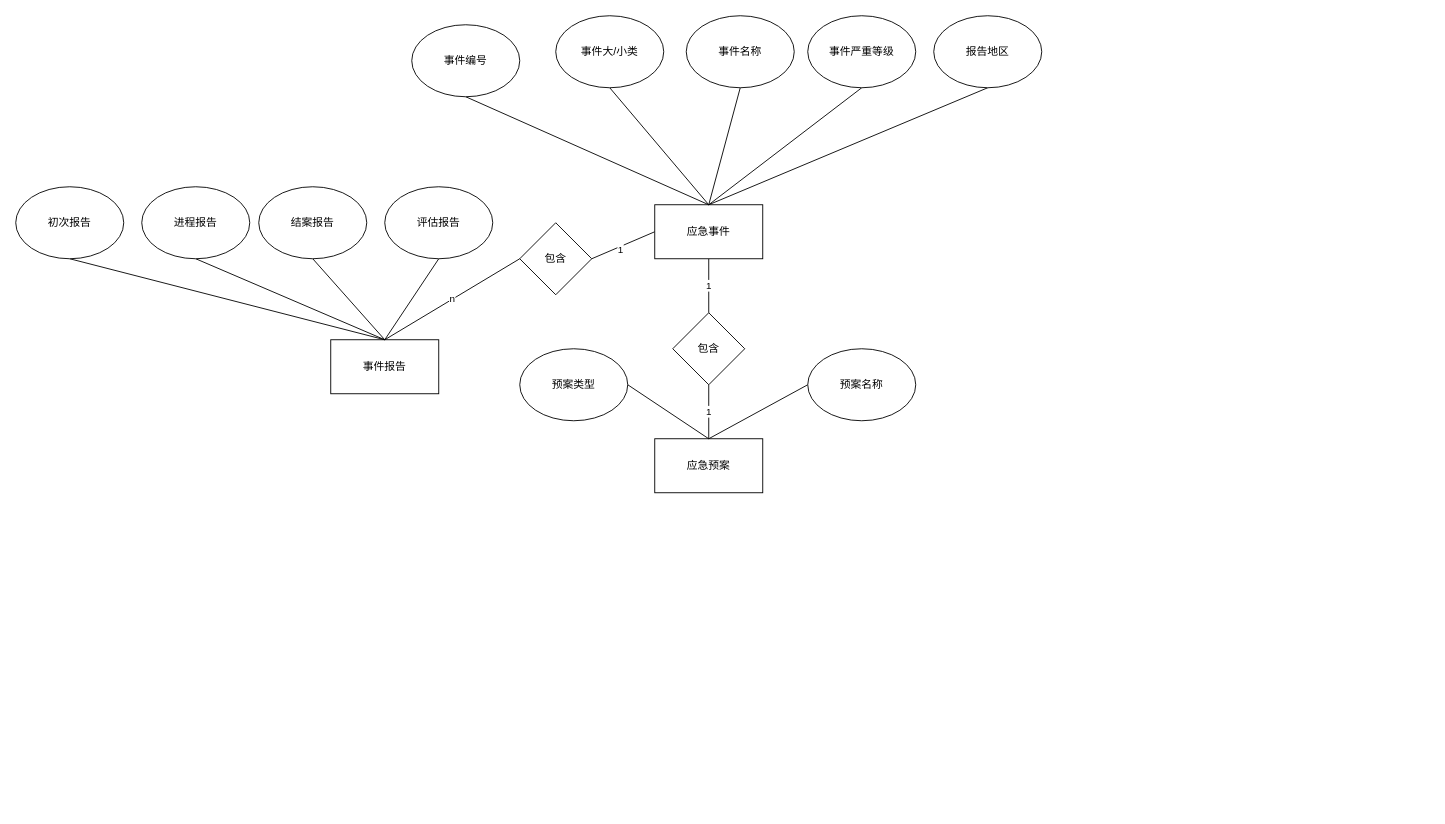
Before: draw/Untitled Diagram.drawio in LONGYULEE/draw-images, a draw.io diagram. Source tidied: cells renumbered, new cells numbered last; positions are measured from the earlier drawing's top-left corner, leaving out a move shared by most shapes. Both pictures are drawn from the tidied source at 90%, with x=0, y=0 at pixel (15, 15).
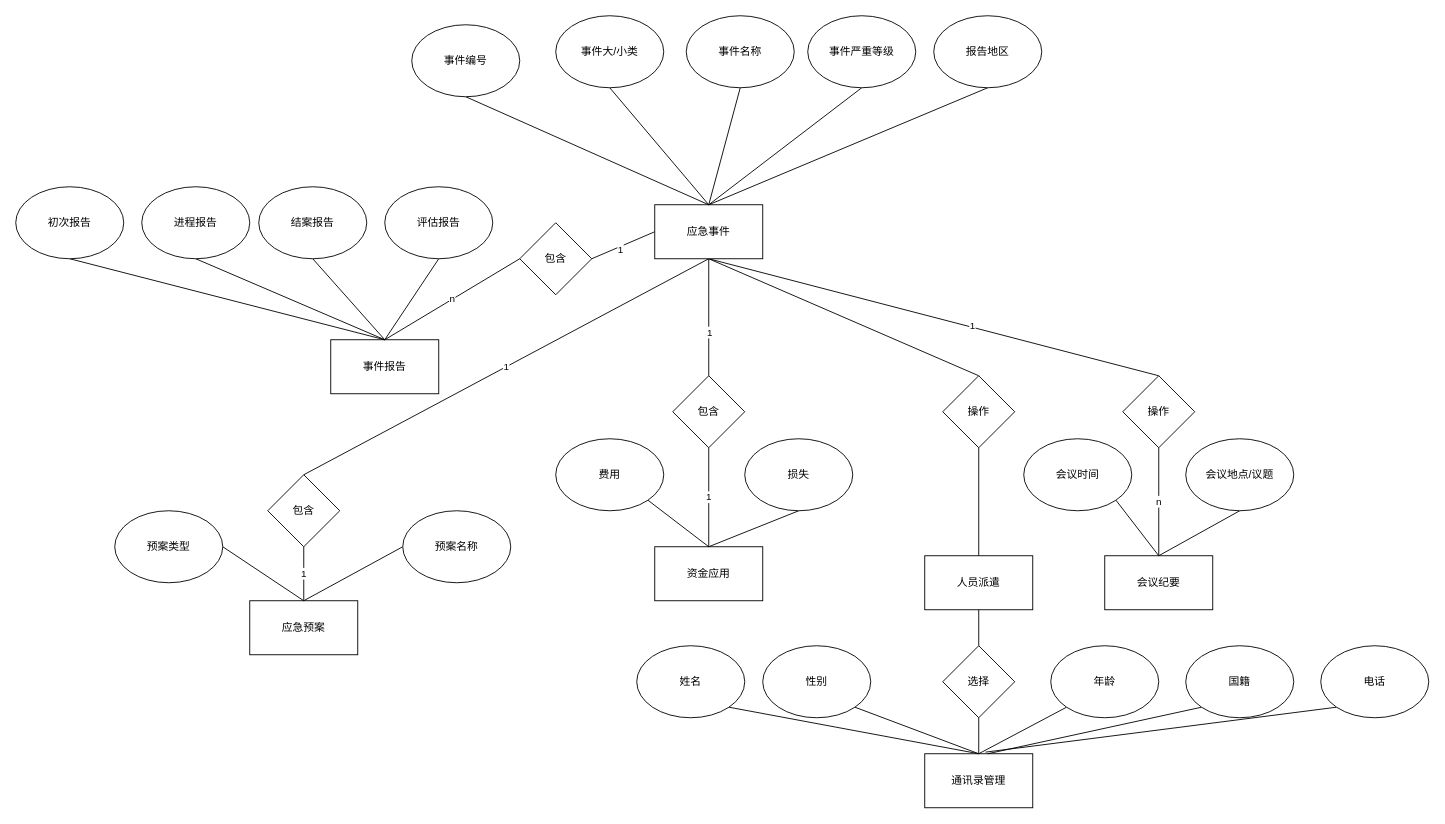
The same page after the edit.

The change refers to these unchanged cells:
```xml
<mxCell id="5" value="应急事件" style="rounded=0;whiteSpace=wrap;html=1;" parent="1" vertex="1">
  <mxGeometry x="710" y="210" width="120" height="60" as="geometry" />
</mxCell>
```

Diff of the diagram source:
```diff
@@
+    <mxCell id="34" style="edgeStyle=none;rounded=0;jettySize=auto;html=1;exitX=0.5;exitY=1;exitDx=0;exitDy=0;entryX=0.5;entryY=0;entryDx=0;entryDy=0;startArrow=none;startFill=0;endArrow=none;endFill=0;strokeColor=default;" parent="1" edge="1" source="5" target="40">
+      <mxGeometry relative="1" as="geometry" />
+    </mxCell>
+    <mxCell id="35" value="1" style="edgeLabel;html=1;align=center;verticalAlign=middle;" parent="34" vertex="1">
+      <mxGeometry x="0.24" relative="1" as="geometry" />
+    </mxCell>
+    <mxCell id="36" style="edgeStyle=none;rounded=0;jettySize=auto;html=1;exitX=0.5;exitY=1;exitDx=0;exitDy=0;entryX=0.5;entryY=0;entryDx=0;entryDy=0;startArrow=none;startFill=0;endArrow=none;endFill=0;strokeColor=default;" parent="1" edge="1" source="5" target="47">
+      <mxGeometry relative="1" as="geometry" />
+    </mxCell>
+    <mxCell id="37" style="edgeStyle=none;rounded=0;jettySize=auto;html=1;exitX=0.5;exitY=1;exitDx=0;exitDy=0;entryX=0.5;entryY=0;entryDx=0;entryDy=0;startArrow=none;startFill=0;endArrow=none;endFill=0;strokeColor=default;" parent="1" edge="1" source="5" target="51">
+      <mxGeometry relative="1" as="geometry" />
+    </mxCell>
+    <mxCell id="38" value="1" style="edgeLabel;html=1;align=center;verticalAlign=middle;" parent="37" vertex="1">
+      <mxGeometry x="0.17" y="2" relative="1" as="geometry" />
+    </mxCell>
@@
     <mxCell id="27" value="应急预案" style="rounded=0;whiteSpace=wrap;html=1;" parent="1" vertex="1">
-      <mxGeometry x="710" y="470" width="120" height="60" as="geometry" />
+      <mxGeometry x="260" y="650" width="120" height="60" as="geometry" />
     </mxCell>
@@
     <mxCell id="29" value="包含" style="rhombus;whiteSpace=wrap;html=1;" parent="1" vertex="1">
-      <mxGeometry x="730" y="330" width="80" height="80" as="geometry" />
+      <mxGeometry x="280" y="510" width="80" height="80" as="geometry" />
     </mxCell>
     <mxCell id="30" style="edgeStyle=none;rounded=0;jettySize=auto;html=1;exitX=1;exitY=0.5;exitDx=0;exitDy=0;startArrow=none;startFill=0;endArrow=none;endFill=0;strokeColor=default;" parent="1" edge="1" source="31">
       <mxGeometry relative="1" as="geometry">
-        <mxPoint x="770" y="470" as="targetPoint" />
+        <mxPoint x="320" y="650" as="targetPoint" />
       </mxGeometry>
     </mxCell>
     <mxCell id="31" value="预案类型" style="ellipse;whiteSpace=wrap;html=1;" parent="1" vertex="1">
-      <mxGeometry x="560" y="370" width="120" height="80" as="geometry" />
+      <mxGeometry x="110" y="550" width="120" height="80" as="geometry" />
     </mxCell>
     <mxCell id="32" style="edgeStyle=none;rounded=0;jettySize=auto;html=1;exitX=0;exitY=0.5;exitDx=0;exitDy=0;startArrow=none;startFill=0;endArrow=none;endFill=0;strokeColor=default;" parent="1" edge="1" source="33">
       <mxGeometry relative="1" as="geometry">
-        <mxPoint x="770" y="470" as="targetPoint" />
+        <mxPoint x="320" y="650" as="targetPoint" />
       </mxGeometry>
     </mxCell>
     <mxCell id="33" value="预案名称" style="ellipse;whiteSpace=wrap;html=1;" parent="1" vertex="1">
-      <mxGeometry x="880" y="370" width="120" height="80" as="geometry" />
+      <mxGeometry x="430" y="550" width="120" height="80" as="geometry" />
     </mxCell>
+    <mxCell id="39" value="1" style="edgeStyle=none;rounded=0;jettySize=auto;html=1;startArrow=none;startFill=0;endArrow=none;endFill=0;strokeColor=default;" parent="1" edge="1" source="40" target="41">
+      <mxGeometry relative="1" as="geometry" />
+    </mxCell>
+    <mxCell id="40" value="包含" style="rhombus;whiteSpace=wrap;html=1;" parent="1" vertex="1">
+      <mxGeometry x="730" y="400" width="80" height="80" as="geometry" />
+    </mxCell>
+    <mxCell id="41" value="资金应用" style="whiteSpace=wrap;html=1;" parent="1" vertex="1">
+      <mxGeometry x="710" y="590" width="120" height="60" as="geometry" />
+    </mxCell>
+    <mxCell id="42" style="edgeStyle=none;rounded=0;jettySize=auto;html=1;exitX=1;exitY=1;exitDx=0;exitDy=0;entryX=0.5;entryY=0;entryDx=0;entryDy=0;startArrow=none;startFill=0;endArrow=none;endFill=0;strokeColor=default;" parent="1" edge="1" source="43" target="41">
+      <mxGeometry relative="1" as="geometry" />
+    </mxCell>
+    <mxCell id="43" value="费用" style="ellipse;whiteSpace=wrap;html=1;" parent="1" vertex="1">
+      <mxGeometry x="600" y="470" width="120" height="80" as="geometry" />
+    </mxCell>
+    <mxCell id="44" style="edgeStyle=none;rounded=0;jettySize=auto;html=1;exitX=0.5;exitY=1;exitDx=0;exitDy=0;startArrow=none;startFill=0;endArrow=none;endFill=0;strokeColor=default;" parent="1" edge="1" source="45">
+      <mxGeometry relative="1" as="geometry">
+        <mxPoint x="770" y="590" as="targetPoint" />
+      </mxGeometry>
+    </mxCell>
+    <mxCell id="45" value="损失" style="ellipse;whiteSpace=wrap;html=1;" parent="1" vertex="1">
+      <mxGeometry x="810" y="470" width="120" height="80" as="geometry" />
+    </mxCell>
+    <mxCell id="46" style="edgeStyle=none;rounded=0;jettySize=auto;html=1;startArrow=none;startFill=0;endArrow=none;endFill=0;strokeColor=default;" parent="1" edge="1" source="47" target="49">
+      <mxGeometry relative="1" as="geometry" />
+    </mxCell>
+    <mxCell id="47" value="操作" style="rhombus;whiteSpace=wrap;html=1;" parent="1" vertex="1">
+      <mxGeometry x="1030" y="400" width="80" height="80" as="geometry" />
+    </mxCell>
+    <mxCell id="48" style="edgeStyle=none;rounded=0;jettySize=auto;html=1;exitX=0.5;exitY=1;exitDx=0;exitDy=0;entryX=0.5;entryY=0;entryDx=0;entryDy=0;startArrow=none;startFill=0;endArrow=none;endFill=0;strokeColor=default;" parent="1" edge="1" source="49" target="60">
+      <mxGeometry relative="1" as="geometry" />
+    </mxCell>
+    <mxCell id="49" value="人员派遣" style="whiteSpace=wrap;html=1;" parent="1" vertex="1">
+      <mxGeometry x="1010" y="600" width="120" height="60" as="geometry" />
+    </mxCell>
+    <mxCell id="50" value="n" style="edgeStyle=none;rounded=0;jettySize=auto;html=1;startArrow=none;startFill=0;endArrow=none;endFill=0;strokeColor=default;" parent="1" edge="1" source="51" target="52">
+      <mxGeometry relative="1" as="geometry" />
+    </mxCell>
+    <mxCell id="51" value="操作" style="rhombus;whiteSpace=wrap;html=1;" parent="1" vertex="1">
+      <mxGeometry x="1230" y="400" width="80" height="80" as="geometry" />
+    </mxCell>
+    <mxCell id="52" value="会议纪要" style="whiteSpace=wrap;html=1;" parent="1" vertex="1">
+      <mxGeometry x="1210" y="600" width="120" height="60" as="geometry" />
+    </mxCell>
+    <mxCell id="53" style="edgeStyle=none;rounded=0;jettySize=auto;html=1;exitX=1;exitY=1;exitDx=0;exitDy=0;entryX=0.5;entryY=0;entryDx=0;entryDy=0;startArrow=none;startFill=0;endArrow=none;endFill=0;strokeColor=default;" parent="1" edge="1" source="54" target="52">
+      <mxGeometry relative="1" as="geometry" />
+    </mxCell>
+    <mxCell id="54" value="会议时间" style="ellipse;whiteSpace=wrap;html=1;" parent="1" vertex="1">
+      <mxGeometry x="1120" y="470" width="120" height="80" as="geometry" />
+    </mxCell>
+    <mxCell id="55" style="edgeStyle=none;rounded=0;jettySize=auto;html=1;exitX=0.5;exitY=1;exitDx=0;exitDy=0;startArrow=none;startFill=0;endArrow=none;endFill=0;strokeColor=default;" parent="1" edge="1" source="56">
+      <mxGeometry relative="1" as="geometry">
+        <mxPoint x="1270" y="600" as="targetPoint" />
+      </mxGeometry>
+    </mxCell>
+    <mxCell id="56" value="会议地点/议题" style="ellipse;whiteSpace=wrap;html=1;" parent="1" vertex="1">
+      <mxGeometry x="1300" y="470" width="120" height="80" as="geometry" />
+    </mxCell>
+    <mxCell id="57" style="edgeStyle=none;rounded=0;jettySize=auto;html=1;exitX=1;exitY=1;exitDx=0;exitDy=0;entryX=0.5;entryY=0;entryDx=0;entryDy=0;startArrow=none;startFill=0;endArrow=none;endFill=0;strokeColor=default;" parent="1" edge="1" source="58" target="61">
+      <mxGeometry relative="1" as="geometry" />
+    </mxCell>
+    <mxCell id="58" value="姓名" style="ellipse;whiteSpace=wrap;html=1;" parent="1" vertex="1">
+      <mxGeometry x="690" y="700" width="120" height="80" as="geometry" />
+    </mxCell>
+    <mxCell id="59" style="edgeStyle=none;rounded=0;jettySize=auto;html=1;exitX=0.5;exitY=1;exitDx=0;exitDy=0;entryX=0.5;entryY=0;entryDx=0;entryDy=0;startArrow=none;startFill=0;endArrow=none;endFill=0;strokeColor=default;" parent="1" edge="1" source="60" target="61">
+      <mxGeometry relative="1" as="geometry" />
+    </mxCell>
+    <mxCell id="60" value="选择" style="rhombus;whiteSpace=wrap;html=1;" parent="1" vertex="1">
+      <mxGeometry x="1030" y="700" width="80" height="80" as="geometry" />
+    </mxCell>
+    <mxCell id="61" value="通讯录管理" style="rounded=0;whiteSpace=wrap;html=1;" parent="1" vertex="1">
+      <mxGeometry x="1010" y="820" width="120" height="60" as="geometry" />
+    </mxCell>
+    <mxCell id="62" style="edgeStyle=none;rounded=0;jettySize=auto;html=1;exitX=1;exitY=1;exitDx=0;exitDy=0;startArrow=none;startFill=0;endArrow=none;endFill=0;strokeColor=default;" parent="1" edge="1" source="63">
+      <mxGeometry relative="1" as="geometry">
+        <mxPoint x="1070" y="820" as="targetPoint" />
+      </mxGeometry>
+    </mxCell>
+    <mxCell id="63" value="性别" style="ellipse;whiteSpace=wrap;html=1;" parent="1" vertex="1">
+      <mxGeometry x="830" y="700" width="120" height="80" as="geometry" />
+    </mxCell>
+    <mxCell id="64" style="edgeStyle=none;rounded=0;jettySize=auto;html=1;exitX=0;exitY=1;exitDx=0;exitDy=0;entryX=0.5;entryY=0;entryDx=0;entryDy=0;startArrow=none;startFill=0;endArrow=none;endFill=0;strokeColor=default;" parent="1" edge="1" source="65" target="61">
+      <mxGeometry relative="1" as="geometry" />
+    </mxCell>
+    <mxCell id="65" value="年龄" style="ellipse;whiteSpace=wrap;html=1;" parent="1" vertex="1">
+      <mxGeometry x="1150" y="700" width="120" height="80" as="geometry" />
+    </mxCell>
+    <mxCell id="66" style="edgeStyle=none;rounded=0;jettySize=auto;html=1;exitX=0;exitY=1;exitDx=0;exitDy=0;startArrow=none;startFill=0;endArrow=none;endFill=0;strokeColor=default;" parent="1" edge="1" source="67">
+      <mxGeometry relative="1" as="geometry">
+        <mxPoint x="1080" y="820" as="targetPoint" />
+      </mxGeometry>
+    </mxCell>
+    <mxCell id="67" value="国籍" style="ellipse;whiteSpace=wrap;html=1;" parent="1" vertex="1">
+      <mxGeometry x="1300" y="700" width="120" height="80" as="geometry" />
+    </mxCell>
+    <mxCell id="68" style="edgeStyle=none;rounded=0;jettySize=auto;html=1;exitX=0;exitY=1;exitDx=0;exitDy=0;entryX=0.563;entryY=-0.03;entryDx=0;entryDy=0;entryPerimeter=0;startArrow=none;startFill=0;endArrow=none;endFill=0;strokeColor=default;" parent="1" edge="1" source="69" target="61">
+      <mxGeometry relative="1" as="geometry" />
+    </mxCell>
+    <mxCell id="69" value="电话" style="ellipse;whiteSpace=wrap;html=1;" parent="1" vertex="1">
+      <mxGeometry x="1450" y="700" width="120" height="80" as="geometry" />
+    </mxCell>
```
